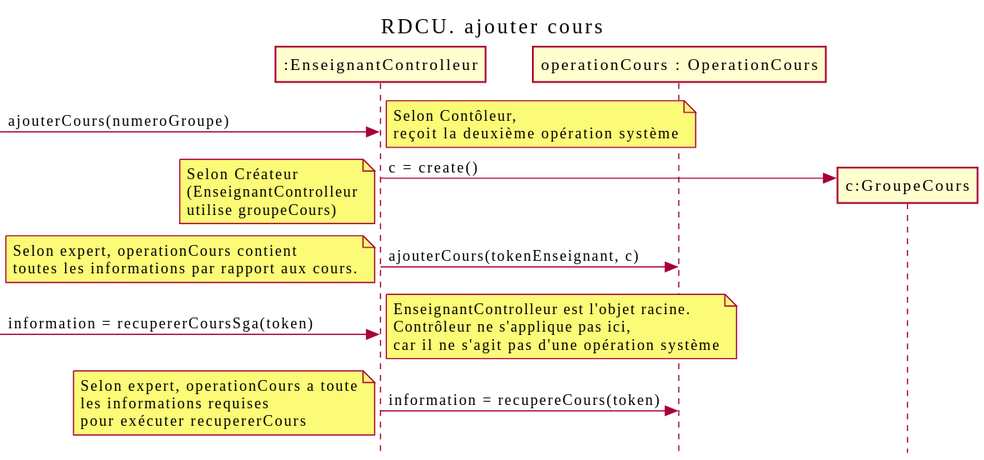
Before: out/docs/Ajouter cours/RDCU_ajouterCours/creerNouveauCours.svg, a diagram exported from PlantUML (nerdz88/SGA-TS). The source it was exported from:
```plantuml
@startuml
skinparam style strictuml
skinparam defaultfontname Verdana
title RDCU. ajouter cours
participant ":EnseignantControlleur" as sga
participant "operationCours : OperationCours" as map
participant "c:GroupeCours" as cours

-> sga : ajouterCours(numeroGroupe)
 note left : Selon Contôleur,\nreçoit la deuxième opération système
  create cours
  sga->cours : c = create()
  note left : Selon Créateur\n(EnseignantControlleur\nutilise groupeCours)
  sga->map : ajouterCours(tokenEnseignant, c)
  note left : Selon expert, operationCours contient\ntoutes les informations par rapport aux cours.
  -> sga : information = recupererCoursSga(token)
  note left : EnseignantControlleur est l'objet racine.\nContrôleur ne s'applique pas ici,\ncar il ne s'agit pas d'une opération système
  sga -> map : information = recupereCours(token)
  note left : Selon expert, operationCours a toute\nles informations requises\npour exécuter recupererCours
@enduml
```
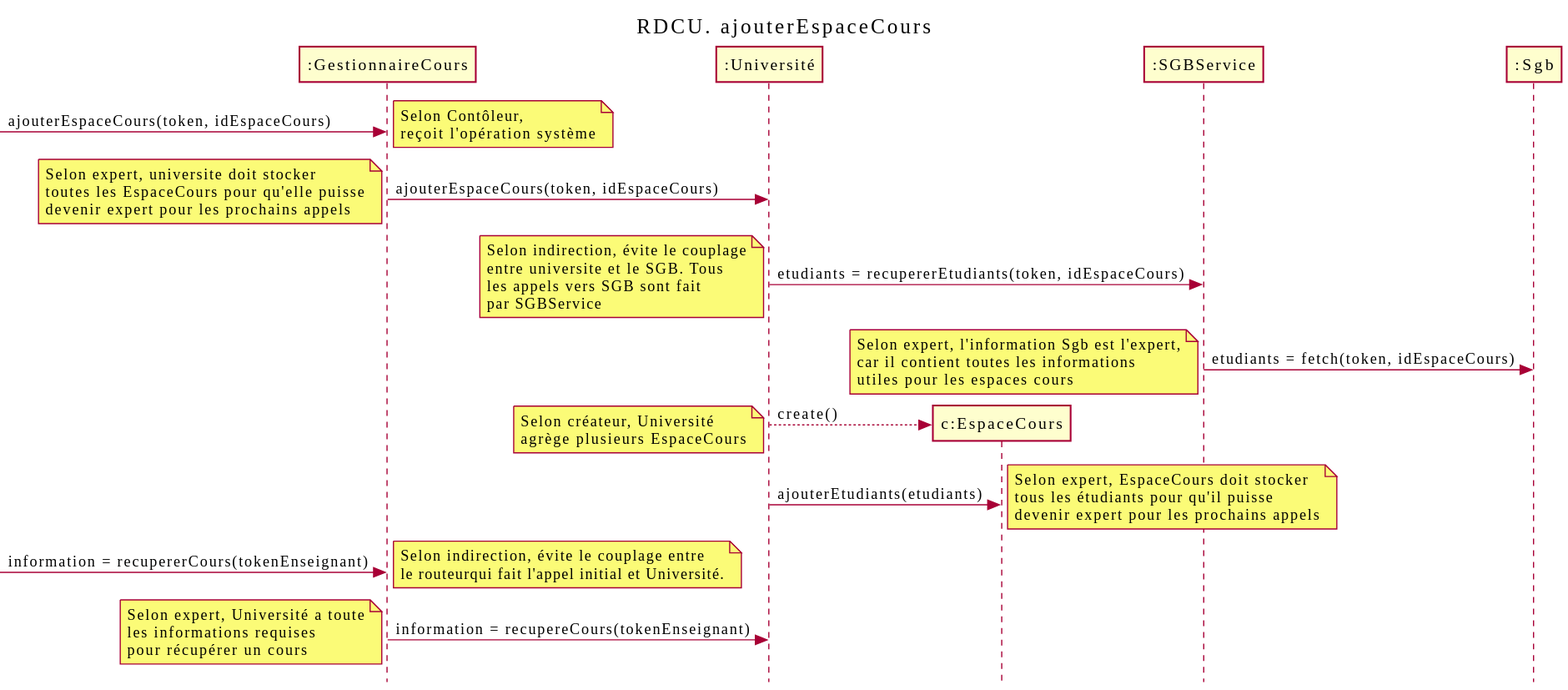
After the commit.

Change to the diagram source:
```diff
@@ -1,20 +1,27 @@
 @startuml
 skinparam style strictuml
 skinparam defaultfontname Verdana
-title RDCU. ajouter cours
-participant ":EnseignantControlleur" as sga
-participant "operationCours : OperationCours" as map
-participant "c:GroupeCours" as cours
+title RDCU. ajouterEspaceCours
+participant ":GestionnaireCours" as controlleur
+participant ":Université" as sga
+participant "c:EspaceCours" as cours
+participant ":SGBService" as service
+participant ":Sgb" as sgb
 
--> sga : ajouterCours(numeroGroupe)
- note left : Selon Contôleur,\nreçoit la deuxième opération système
-  create cours
-  sga->cours : c = create()
-  note left : Selon Créateur\n(EnseignantControlleur\nutilise groupeCours)
-  sga->map : ajouterCours(tokenEnseignant, c)
-  note left : Selon expert, operationCours contient\ntoutes les informations par rapport aux cours.
-  -> sga : information = recupererCoursSga(token)
-  note left : EnseignantControlleur est l'objet racine.\nContrôleur ne s'applique pas ici,\ncar il ne s'agit pas d'une opération système
-  sga -> map : information = recupereCours(token)
-  note left : Selon expert, operationCours a toute\nles informations requises\npour exécuter recupererCours
+-> controlleur : ajouterEspaceCours(token, idEspaceCours)
+note right : Selon Contôleur,\nreçoit l'opération système
+  controlleur->sga : ajouterEspaceCours(token, idEspaceCours)
+  note left : Selon expert, universite doit stocker\ntoutes les EspaceCours pour qu'elle puisse\ndevenir expert pour les prochains appels
+  sga ->  service : etudiants = recupererEtudiants(token, idEspaceCours)
+  note left : Selon indirection, évite le couplage\nentre universite et le SGB. Tous\nles appels vers SGB sont fait\npar SGBService
+  service -> sgb : etudiants = fetch(token, idEspaceCours)
+  note left : Selon expert, l'information Sgb est l'expert,\ncar il contient toutes les informations\nutiles pour les espaces cours
+  sga-->cours** : create()
+  note left : Selon créateur, Université\nagrège plusieurs EspaceCours
+  sga -> cours : ajouterEtudiants(etudiants)
+  note right : Selon expert, EspaceCours doit stocker\ntous les étudiants pour qu'il puisse\ndevenir expert pour les prochains appels
+  -> controlleur : information = recupererCours(tokenEnseignant)
+  note right : Selon indirection, évite le couplage entre\nle routeurqui fait l'appel initial et Université.
+  controlleur -> sga : information = recupereCours(tokenEnseignant)
+  note left : Selon expert, Université a toute\nles informations requises\npour récupérer un cours
 @enduml
```
